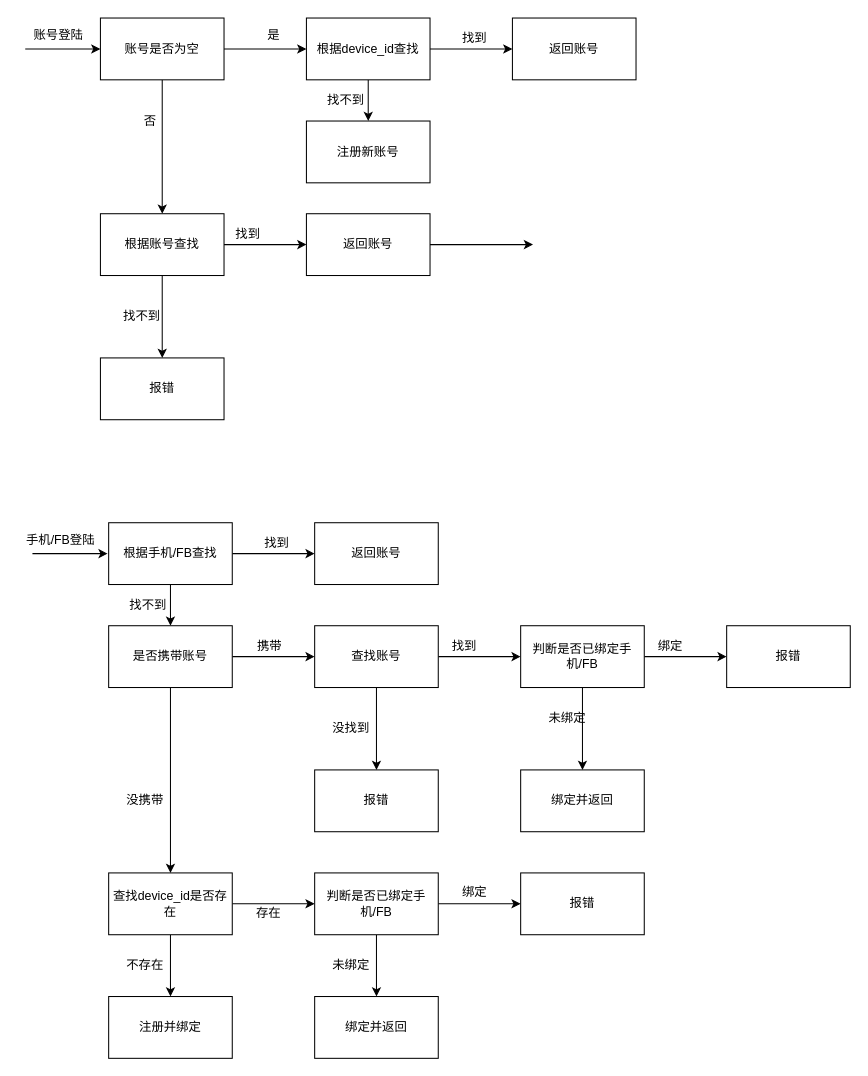
The draw.io diagram 2021.drawio in swduan/szw, before the edit. Source tidied: cells renumbered, new cells numbered last; positions are measured from the earlier drawing's top-left corner, leaving out a move shared by most shapes. Both pictures are drawn from the tidied source at 103%, with x=0, y=0 at pixel (21, 18).
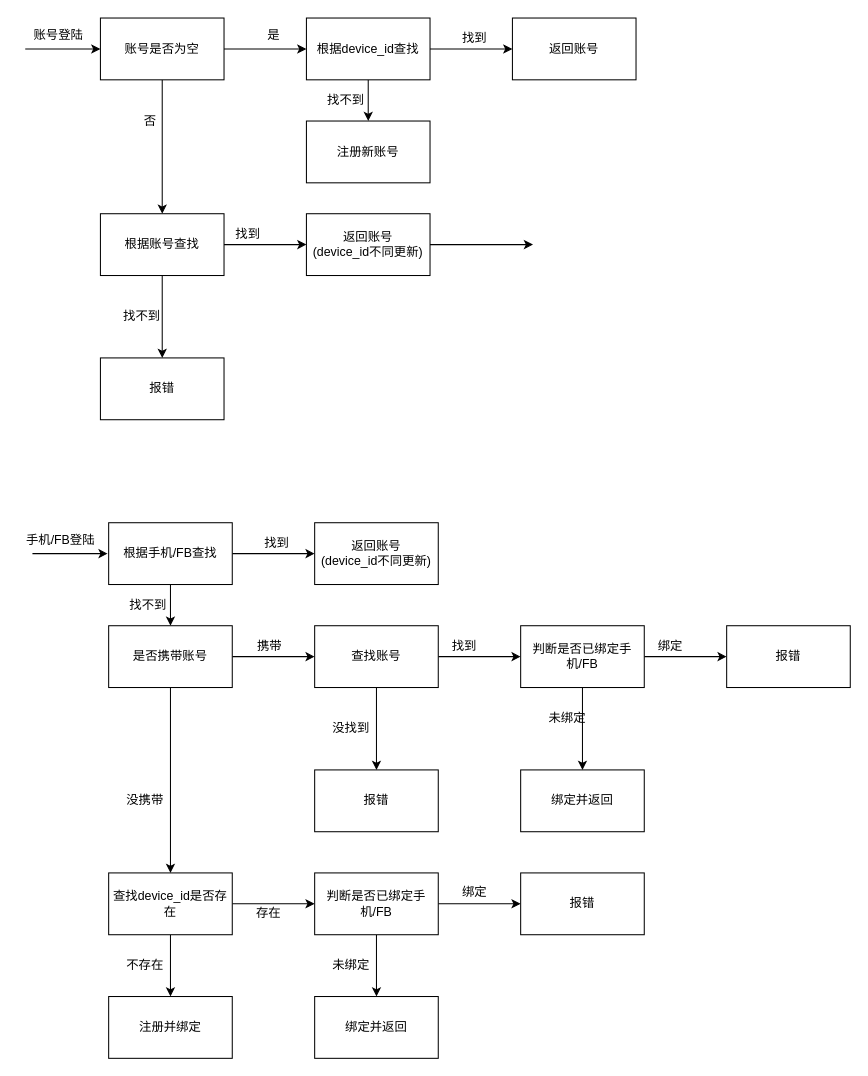
After the change.

Change to the diagram source:
```diff
@@
-    <mxCell id="20" value="返回账号" style="whiteSpace=wrap;html=1;rounded=0;" parent="1" vertex="1">
+    <mxCell id="20" value="返回账号&lt;br&gt;(device_id不同更新)" style="whiteSpace=wrap;html=1;rounded=0;" parent="1" vertex="1">
       <mxGeometry x="277" y="190" width="120" height="60" as="geometry" />
     </mxCell>
@@
-    <mxCell id="29" value="返回账号" style="whiteSpace=wrap;html=1;rounded=0;" parent="1" vertex="1">
+    <mxCell id="29" value="返回账号&lt;br&gt;(device_id不同更新)" style="whiteSpace=wrap;html=1;rounded=0;" parent="1" vertex="1">
       <mxGeometry x="285" y="490" width="120" height="60" as="geometry" />
     </mxCell>
```
